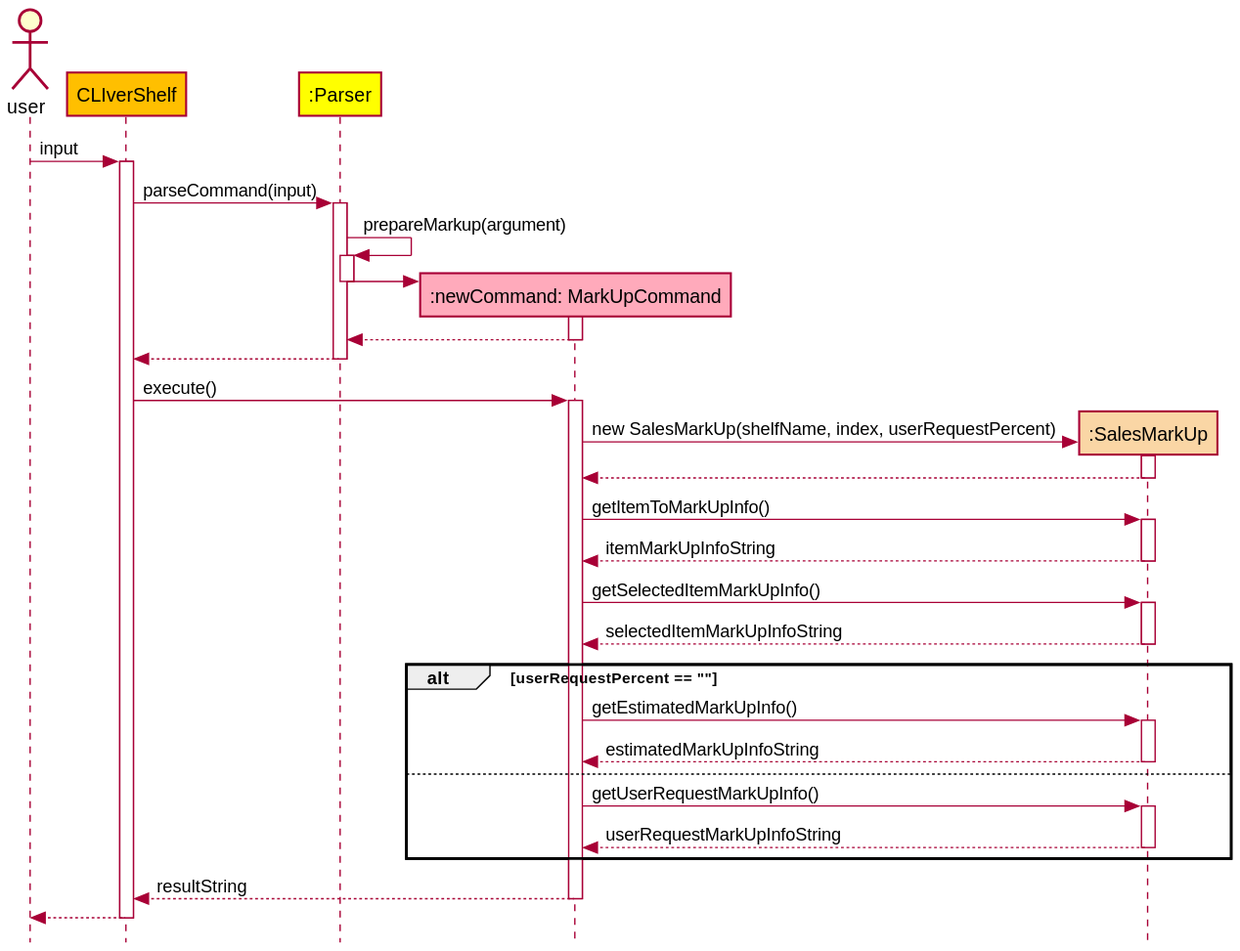
The PlantUML diagram docs/diagrams/MarkUpSequenceDiagram.svg in zh1huang/tp, before a commit.
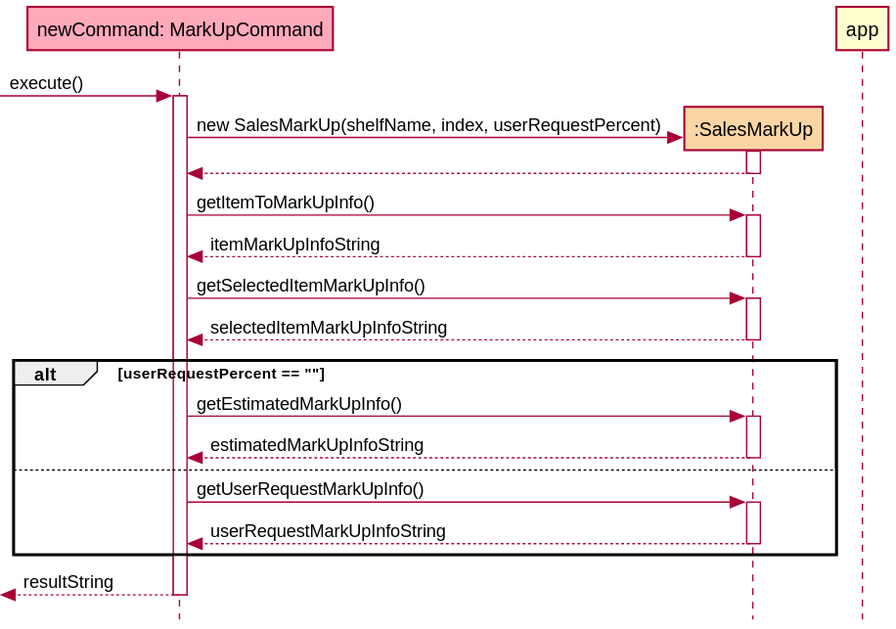
The same file after the commit.

Commit message:
Update Markup Feature and Sell feature

What changed in the source:
```diff
@@ -1,29 +1,12 @@
 @startuml
 !include Style.puml
 
-actor user
 
-participant CLIverShelf as app LOGIC_COLOR
-participant ":Parser" as parser LOGIC_COLOR_T1
-participant ":newCommand: MarkUpCommand" as markupCommand MARKUP_COMMAND_COLOUR
+participant "newCommand: MarkUpCommand" as markupCommand MARKUP_COMMAND_COLOUR
 participant ":SalesMarkUp" as SalesMarkUp SALES_MARKUP_COLOUR
 
-user -> app: input
-activate app
-app -> parser: parseCommand(input)
-activate parser
-parser -> parser : prepareMarkup(argument)
-activate parser
-parser -> markupCommand **
-deactivate parser
-activate markupCommand
-markupCommand --> parser
 
-deactivate markupCommand
-parser --> app
-deactivate parser
-
-app -> markupCommand: execute()
+-> markupCommand: execute()
 
 activate markupCommand
 
@@ -54,14 +37,11 @@
        deactivate SalesMarkUp
 end
 
-markupCommand --> app : resultString
+<-- markupCommand : resultString
 deactivate markupCommand
-app --> user
+
 
 deactivate app
 
 
-
-hide footbox
-
 @enduml
```
